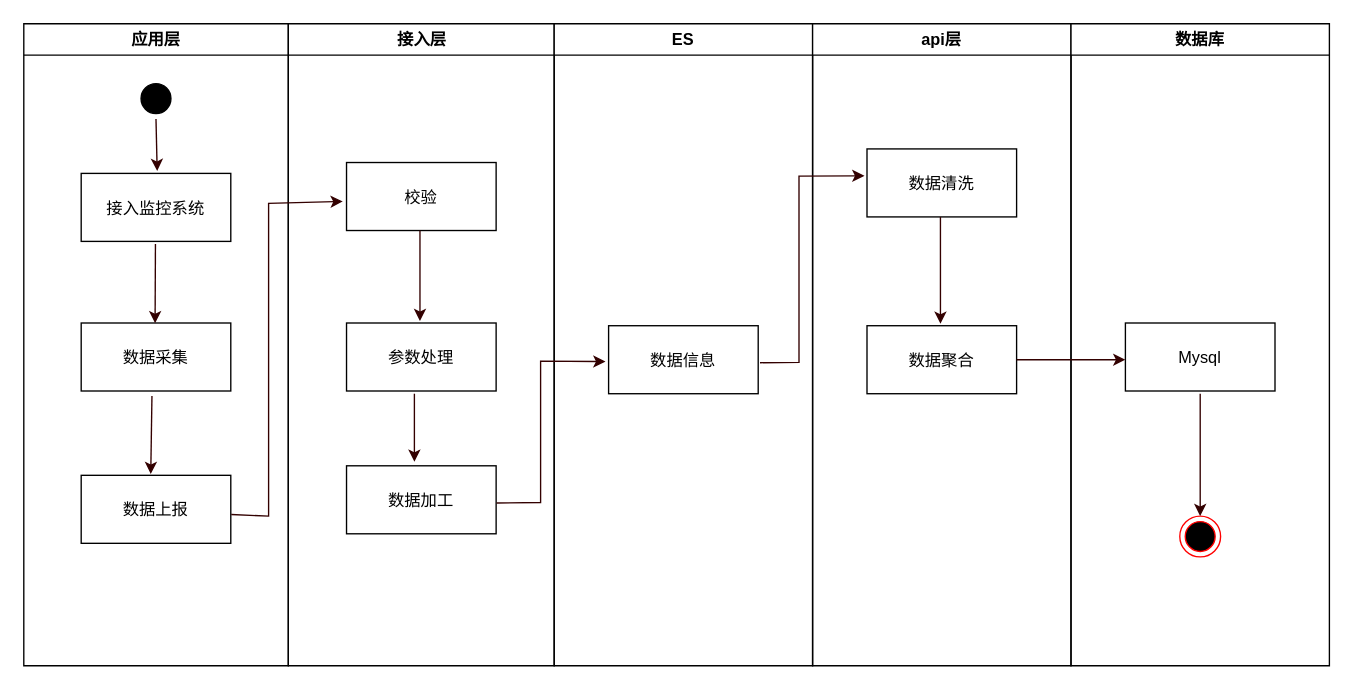
Before: 前端监控架构.drawio in FelixTt/repositoryForDraw.io, a draw.io diagram. Source tidied: cells renumbered, new cells numbered last; positions are measured from the earlier drawing's top-left corner, leaving out a move shared by most shapes. Both pictures are drawn from the tidied source at 136%, with x=0, y=0 at pixel (23, 23).
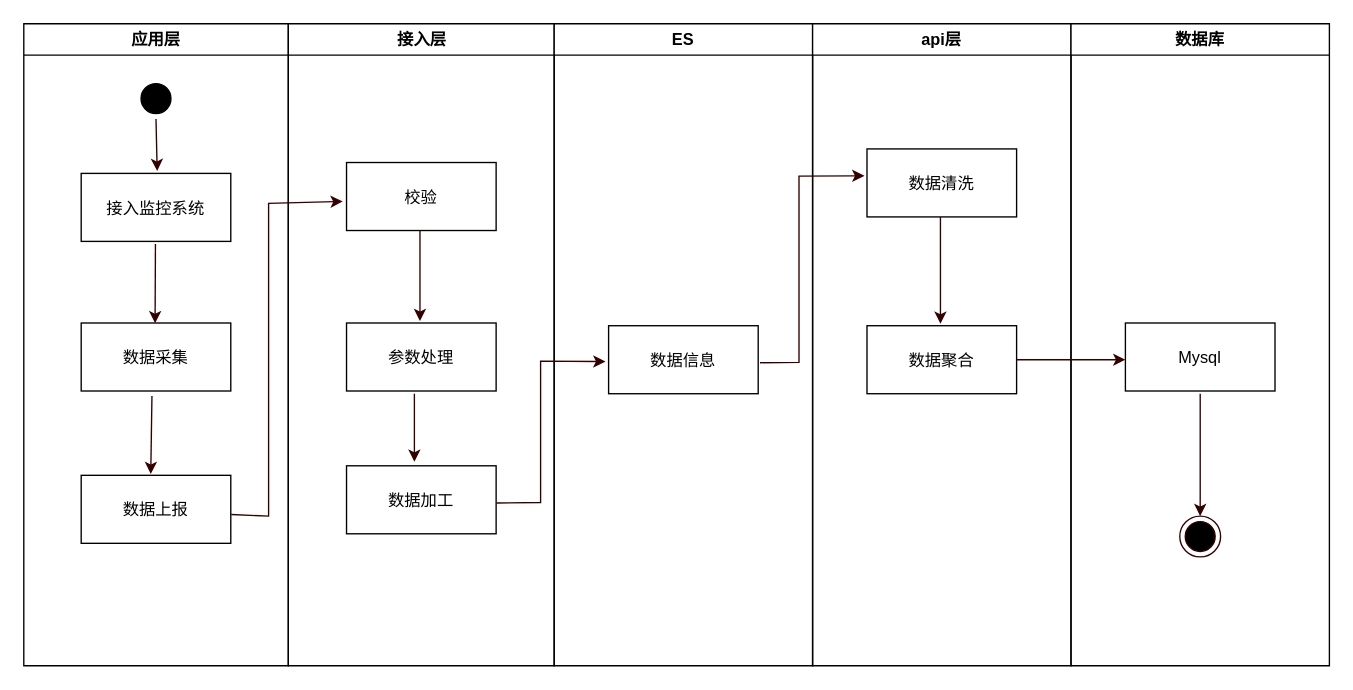
The same page after the edit.

Commit message (it also covers changes not shown here):
更新前端监控架构.drawio

Unchanged cells that the change refers to:
```xml
<mxCell id="25" value="数据库" style="swimlane;whiteSpace=wrap;strokeColor=default;startSize=23;" parent="1" vertex="1">
  <mxGeometry x="770" width="190" height="472" as="geometry" />
</mxCell>
```

Change to the diagram source:
```diff
@@
-    <mxCell id="27" style="ellipse;shape=endState;fillColor=#000000;strokeColor=#ff0000;" parent="25" vertex="1">
+    <mxCell id="27" style="ellipse;shape=endState;fillColor=#000000;strokeColor=#330000;" parent="25" vertex="1">
       <mxGeometry x="80" y="362" width="30" height="30" as="geometry" />
     </mxCell>
```
